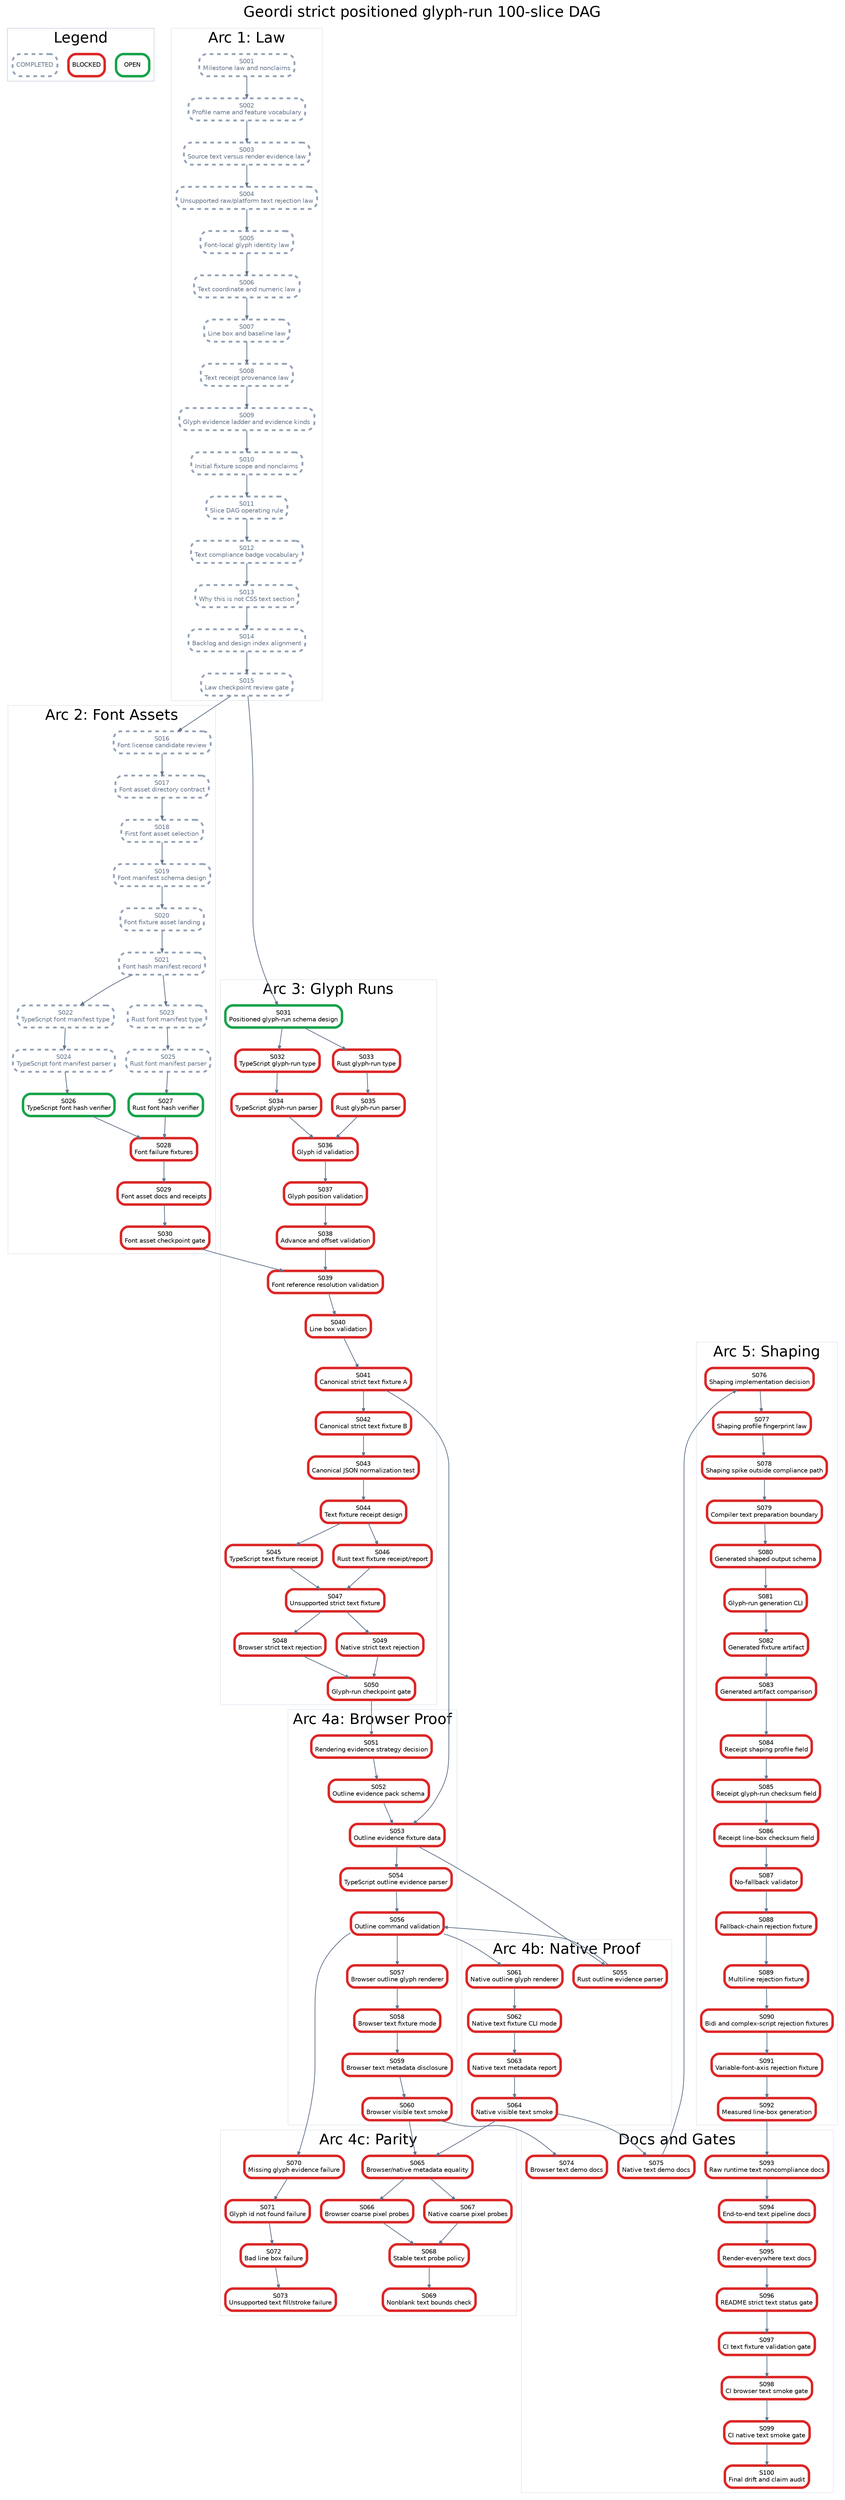
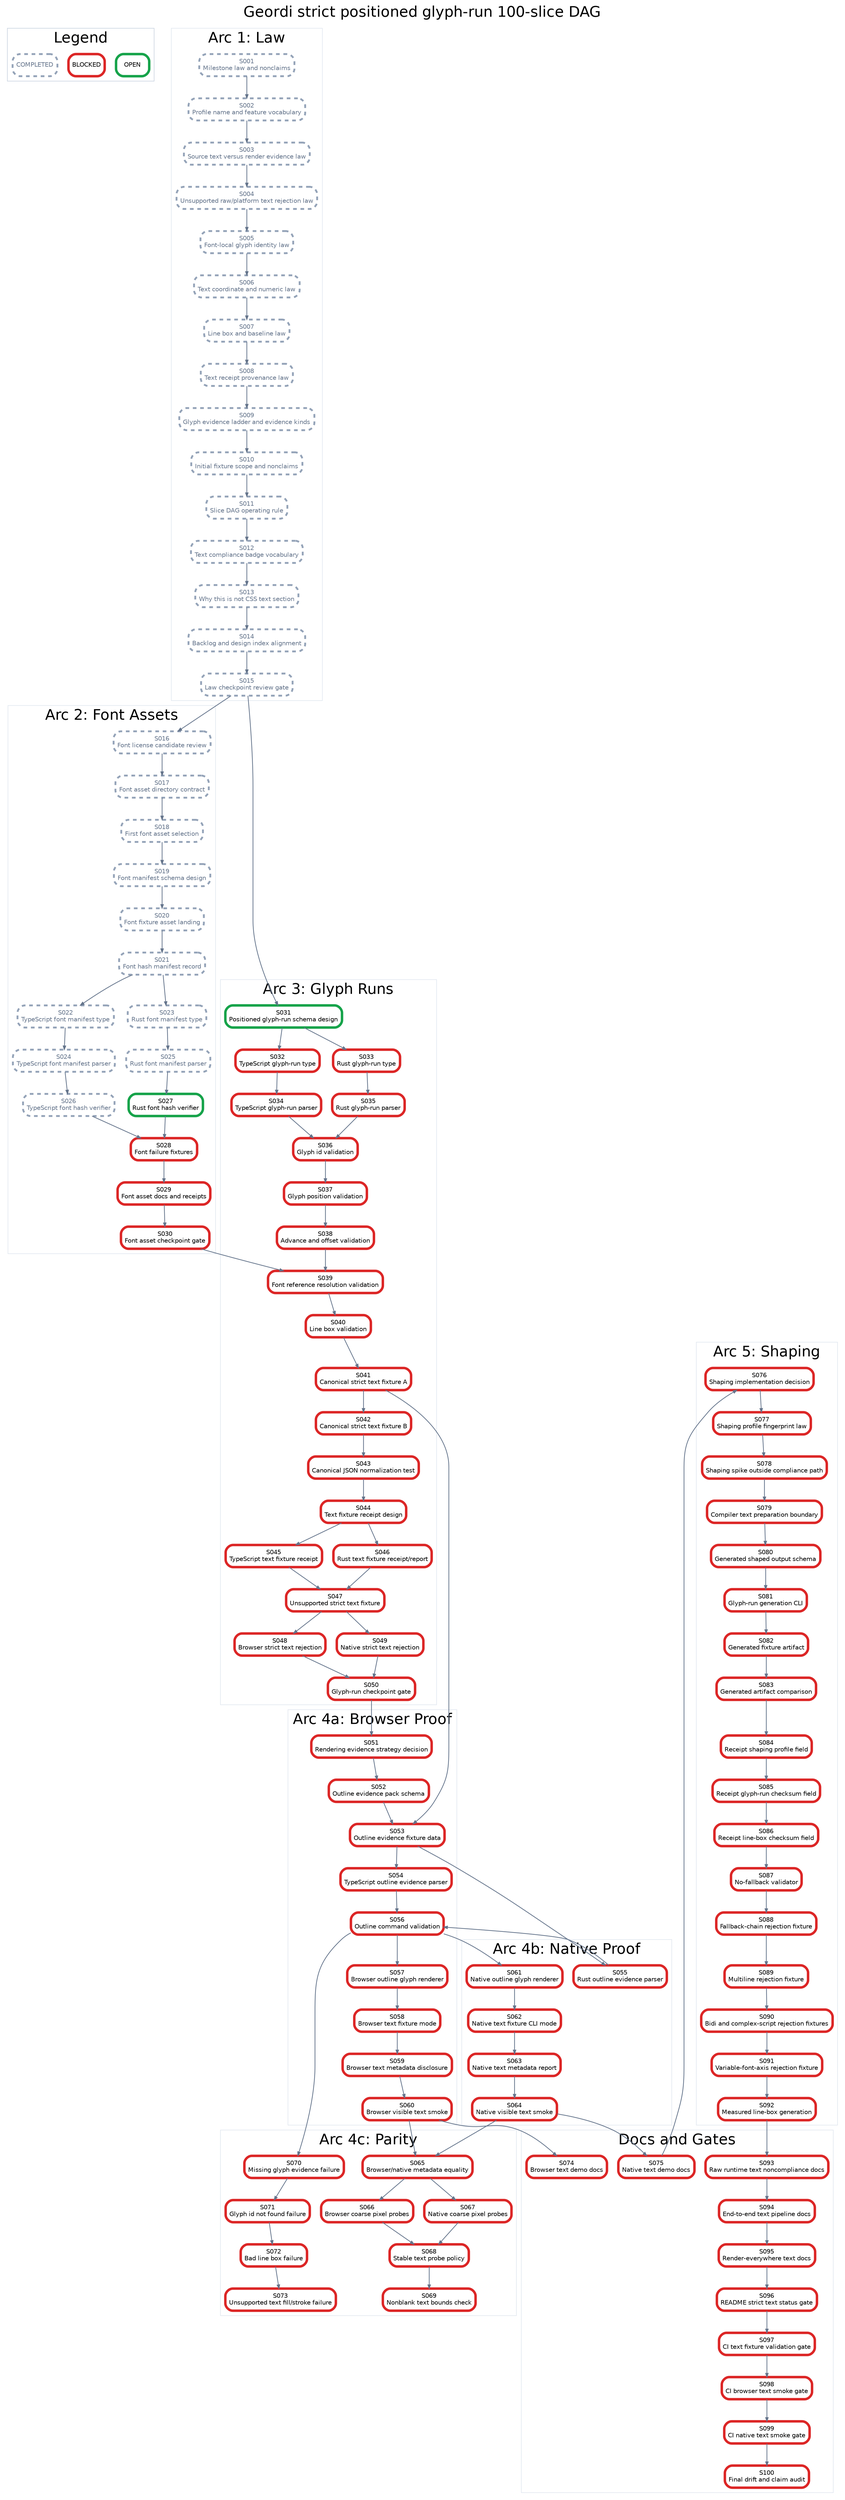
digraph StrictPositionedGlyphRunPlan {
  graph [rankdir=TB, bgcolor="white", fontname="Helvetica", label="Geordi strict positioned glyph-run 100-slice DAG", labelloc="t", fontsize=24];
  node [shape=box, style="rounded,filled", fillcolor="white", fontname="Helvetica", fontsize=10, margin="0.08,0.05"];
  edge [color="#64748b", arrowsize=0.6, penwidth=1.2];

  subgraph cluster_legend {
    label="Legend";
    color="#cbd5e1";
    legend_open [label="OPEN", color="#16a34a", penwidth=4];
    legend_blocked [label="BLOCKED", color="#dc2626", penwidth=4];
    legend_done [label="COMPLETED", color="#94a3b8", penwidth=3, style="rounded,filled,dashed", fontcolor="#64748b"];
  }

  subgraph cluster_law {
    label="Arc 1: Law";
    color="#e2e8f0";
    S001 [label="S001\nMilestone law and nonclaims", color="#94a3b8", penwidth=3, style="rounded,filled,dashed", fontcolor="#64748b"];
    S002 [label="S002\nProfile name and feature vocabulary", color="#94a3b8", penwidth=3, style="rounded,filled,dashed", fontcolor="#64748b"];
    S003 [label="S003\nSource text versus render evidence law", color="#94a3b8", penwidth=3, style="rounded,filled,dashed", fontcolor="#64748b"];
    S004 [label="S004\nUnsupported raw/platform text rejection law", color="#94a3b8", penwidth=3, style="rounded,filled,dashed", fontcolor="#64748b"];
    S005 [label="S005\nFont-local glyph identity law", color="#94a3b8", penwidth=3, style="rounded,filled,dashed", fontcolor="#64748b"];
    S006 [label="S006\nText coordinate and numeric law", color="#94a3b8", penwidth=3, style="rounded,filled,dashed", fontcolor="#64748b"];
    S007 [label="S007\nLine box and baseline law", color="#94a3b8", penwidth=3, style="rounded,filled,dashed", fontcolor="#64748b"];
    S008 [label="S008\nText receipt provenance law", color="#94a3b8", penwidth=3, style="rounded,filled,dashed", fontcolor="#64748b"];
    S009 [label="S009\nGlyph evidence ladder and evidence kinds", color="#94a3b8", penwidth=3, style="rounded,filled,dashed", fontcolor="#64748b"];
    S010 [label="S010\nInitial fixture scope and nonclaims", color="#94a3b8", penwidth=3, style="rounded,filled,dashed", fontcolor="#64748b"];
    S011 [label="S011\nSlice DAG operating rule", color="#94a3b8", penwidth=3, style="rounded,filled,dashed", fontcolor="#64748b"];
    S012 [label="S012\nText compliance badge vocabulary", color="#94a3b8", penwidth=3, style="rounded,filled,dashed", fontcolor="#64748b"];
    S013 [label="S013\nWhy this is not CSS text section", color="#94a3b8", penwidth=3, style="rounded,filled,dashed", fontcolor="#64748b"];
    S014 [label="S014\nBacklog and design index alignment", color="#94a3b8", penwidth=3, style="rounded,filled,dashed", fontcolor="#64748b"];
    S015 [label="S015\nLaw checkpoint review gate", color="#94a3b8", penwidth=3, style="rounded,filled,dashed", fontcolor="#64748b"];
  }

  subgraph cluster_assets {
    label="Arc 2: Font Assets";
    color="#e2e8f0";
    S016 [label="S016\nFont license candidate review", color="#94a3b8", penwidth=3, style="rounded,filled,dashed", fontcolor="#64748b"];
    S017 [label="S017\nFont asset directory contract", color="#94a3b8", penwidth=3, style="rounded,filled,dashed", fontcolor="#64748b"];
    S018 [label="S018\nFirst font asset selection", color="#94a3b8", penwidth=3, style="rounded,filled,dashed", fontcolor="#64748b"];
    S019 [label="S019\nFont manifest schema design", color="#94a3b8", penwidth=3, style="rounded,filled,dashed", fontcolor="#64748b"];
    S020 [label="S020\nFont fixture asset landing", color="#94a3b8", penwidth=3, style="rounded,filled,dashed", fontcolor="#64748b"];
    S021 [label="S021\nFont hash manifest record", color="#94a3b8", penwidth=3, style="rounded,filled,dashed", fontcolor="#64748b"];
    S022 [label="S022\nTypeScript font manifest type", color="#94a3b8", penwidth=3, style="rounded,filled,dashed", fontcolor="#64748b"];
    S023 [label="S023\nRust font manifest type", color="#94a3b8", penwidth=3, style="rounded,filled,dashed", fontcolor="#64748b"];
    S024 [label="S024\nTypeScript font manifest parser", color="#94a3b8", penwidth=3, style="rounded,filled,dashed", fontcolor="#64748b"];
    S025 [label="S025\nRust font manifest parser", color="#94a3b8", penwidth=3, style="rounded,filled,dashed", fontcolor="#64748b"];
-     S026 [label="S026\nTypeScript font hash verifier", color="#16a34a", penwidth=4];
+     S026 [label="S026\nTypeScript font hash verifier", color="#94a3b8", penwidth=3, style="rounded,filled,dashed", fontcolor="#64748b"];
    S027 [label="S027\nRust font hash verifier", color="#16a34a", penwidth=4];
    S028 [label="S028\nFont failure fixtures", color="#dc2626", penwidth=4];
    S029 [label="S029\nFont asset docs and receipts", color="#dc2626", penwidth=4];
    S030 [label="S030\nFont asset checkpoint gate", color="#dc2626", penwidth=4];
  }

  subgraph cluster_glyph {
    label="Arc 3: Glyph Runs";
    color="#e2e8f0";
    S031 [label="S031\nPositioned glyph-run schema design", color="#16a34a", penwidth=4];
    S032 [label="S032\nTypeScript glyph-run type", color="#dc2626", penwidth=4];
    S033 [label="S033\nRust glyph-run type", color="#dc2626", penwidth=4];
    S034 [label="S034\nTypeScript glyph-run parser", color="#dc2626", penwidth=4];
    S035 [label="S035\nRust glyph-run parser", color="#dc2626", penwidth=4];
    S036 [label="S036\nGlyph id validation", color="#dc2626", penwidth=4];
    S037 [label="S037\nGlyph position validation", color="#dc2626", penwidth=4];
    S038 [label="S038\nAdvance and offset validation", color="#dc2626", penwidth=4];
    S039 [label="S039\nFont reference resolution validation", color="#dc2626", penwidth=4];
    S040 [label="S040\nLine box validation", color="#dc2626", penwidth=4];
    S041 [label="S041\nCanonical strict text fixture A", color="#dc2626", penwidth=4];
    S042 [label="S042\nCanonical strict text fixture B", color="#dc2626", penwidth=4];
    S043 [label="S043\nCanonical JSON normalization test", color="#dc2626", penwidth=4];
    S044 [label="S044\nText fixture receipt design", color="#dc2626", penwidth=4];
    S045 [label="S045\nTypeScript text fixture receipt", color="#dc2626", penwidth=4];
    S046 [label="S046\nRust text fixture receipt/report", color="#dc2626", penwidth=4];
    S047 [label="S047\nUnsupported strict text fixture", color="#dc2626", penwidth=4];
    S048 [label="S048\nBrowser strict text rejection", color="#dc2626", penwidth=4];
    S049 [label="S049\nNative strict text rejection", color="#dc2626", penwidth=4];
    S050 [label="S050\nGlyph-run checkpoint gate", color="#dc2626", penwidth=4];
  }

  subgraph cluster_browser {
    label="Arc 4a: Browser Proof";
    color="#e2e8f0";
    S051 [label="S051\nRendering evidence strategy decision", color="#dc2626", penwidth=4];
    S052 [label="S052\nOutline evidence pack schema", color="#dc2626", penwidth=4];
    S053 [label="S053\nOutline evidence fixture data", color="#dc2626", penwidth=4];
    S054 [label="S054\nTypeScript outline evidence parser", color="#dc2626", penwidth=4];
    S056 [label="S056\nOutline command validation", color="#dc2626", penwidth=4];
    S057 [label="S057\nBrowser outline glyph renderer", color="#dc2626", penwidth=4];
    S058 [label="S058\nBrowser text fixture mode", color="#dc2626", penwidth=4];
    S059 [label="S059\nBrowser text metadata disclosure", color="#dc2626", penwidth=4];
    S060 [label="S060\nBrowser visible text smoke", color="#dc2626", penwidth=4];
  }

  subgraph cluster_native {
    label="Arc 4b: Native Proof";
    color="#e2e8f0";
    S055 [label="S055\nRust outline evidence parser", color="#dc2626", penwidth=4];
    S061 [label="S061\nNative outline glyph renderer", color="#dc2626", penwidth=4];
    S062 [label="S062\nNative text fixture CLI mode", color="#dc2626", penwidth=4];
    S063 [label="S063\nNative text metadata report", color="#dc2626", penwidth=4];
    S064 [label="S064\nNative visible text smoke", color="#dc2626", penwidth=4];
  }

  subgraph cluster_parity {
    label="Arc 4c: Parity";
    color="#e2e8f0";
    S065 [label="S065\nBrowser/native metadata equality", color="#dc2626", penwidth=4];
    S066 [label="S066\nBrowser coarse pixel probes", color="#dc2626", penwidth=4];
    S067 [label="S067\nNative coarse pixel probes", color="#dc2626", penwidth=4];
    S068 [label="S068\nStable text probe policy", color="#dc2626", penwidth=4];
    S069 [label="S069\nNonblank text bounds check", color="#dc2626", penwidth=4];
    S070 [label="S070\nMissing glyph evidence failure", color="#dc2626", penwidth=4];
    S071 [label="S071\nGlyph id not found failure", color="#dc2626", penwidth=4];
    S072 [label="S072\nBad line box failure", color="#dc2626", penwidth=4];
    S073 [label="S073\nUnsupported text fill/stroke failure", color="#dc2626", penwidth=4];
  }

  subgraph cluster_shaping {
    label="Arc 5: Shaping";
    color="#e2e8f0";
    S076 [label="S076\nShaping implementation decision", color="#dc2626", penwidth=4];
    S077 [label="S077\nShaping profile fingerprint law", color="#dc2626", penwidth=4];
    S078 [label="S078\nShaping spike outside compliance path", color="#dc2626", penwidth=4];
    S079 [label="S079\nCompiler text preparation boundary", color="#dc2626", penwidth=4];
    S080 [label="S080\nGenerated shaped output schema", color="#dc2626", penwidth=4];
    S081 [label="S081\nGlyph-run generation CLI", color="#dc2626", penwidth=4];
    S082 [label="S082\nGenerated fixture artifact", color="#dc2626", penwidth=4];
    S083 [label="S083\nGenerated artifact comparison", color="#dc2626", penwidth=4];
    S084 [label="S084\nReceipt shaping profile field", color="#dc2626", penwidth=4];
    S085 [label="S085\nReceipt glyph-run checksum field", color="#dc2626", penwidth=4];
    S086 [label="S086\nReceipt line-box checksum field", color="#dc2626", penwidth=4];
    S087 [label="S087\nNo-fallback validator", color="#dc2626", penwidth=4];
    S088 [label="S088\nFallback-chain rejection fixture", color="#dc2626", penwidth=4];
    S089 [label="S089\nMultiline rejection fixture", color="#dc2626", penwidth=4];
    S090 [label="S090\nBidi and complex-script rejection fixtures", color="#dc2626", penwidth=4];
    S091 [label="S091\nVariable-font-axis rejection fixture", color="#dc2626", penwidth=4];
    S092 [label="S092\nMeasured line-box generation", color="#dc2626", penwidth=4];
  }

  subgraph cluster_docs {
    label="Docs and Gates";
    color="#e2e8f0";
    S074 [label="S074\nBrowser text demo docs", color="#dc2626", penwidth=4];
    S075 [label="S075\nNative text demo docs", color="#dc2626", penwidth=4];
    S093 [label="S093\nRaw runtime text noncompliance docs", color="#dc2626", penwidth=4];
    S094 [label="S094\nEnd-to-end text pipeline docs", color="#dc2626", penwidth=4];
    S095 [label="S095\nRender-everywhere text docs", color="#dc2626", penwidth=4];
    S096 [label="S096\nREADME strict text status gate", color="#dc2626", penwidth=4];
    S097 [label="S097\nCI text fixture validation gate", color="#dc2626", penwidth=4];
    S098 [label="S098\nCI browser text smoke gate", color="#dc2626", penwidth=4];
    S099 [label="S099\nCI native text smoke gate", color="#dc2626", penwidth=4];
    S100 [label="S100\nFinal drift and claim audit", color="#dc2626", penwidth=4];
  }

  S001 -> S002;
  S002 -> S003;
  S003 -> S004;
  S004 -> S005;
  S005 -> S006;
  S006 -> S007;
  S007 -> S008;
  S008 -> S009;
  S009 -> S010;
  S010 -> S011;
  S011 -> S012;
  S012 -> S013;
  S013 -> S014;
  S014 -> S015;
  S015 -> S016;
  S016 -> S017;
  S017 -> S018;
  S018 -> S019;
  S019 -> S020;
  S020 -> S021;
  S021 -> S022;
  S021 -> S023;
  S022 -> S024;
  S023 -> S025;
  S024 -> S026;
  S025 -> S027;
  S026 -> S028;
  S027 -> S028;
  S028 -> S029;
  S029 -> S030;
  S015 -> S031;
  S031 -> S032;
  S031 -> S033;
  S032 -> S034;
  S033 -> S035;
  S034 -> S036;
  S035 -> S036;
  S036 -> S037;
  S037 -> S038;
  S038 -> S039;
  S039 -> S040;
  S030 -> S039;
  S040 -> S041;
  S041 -> S042;
  S042 -> S043;
  S043 -> S044;
  S044 -> S045;
  S044 -> S046;
  S045 -> S047;
  S046 -> S047;
  S047 -> S048;
  S047 -> S049;
  S048 -> S050;
  S049 -> S050;
  S050 -> S051;
  S051 -> S052;
  S052 -> S053;
  S041 -> S053;
  S053 -> S054;
  S053 -> S055;
  S054 -> S056;
  S055 -> S056;
  S056 -> S057;
  S057 -> S058;
  S058 -> S059;
  S059 -> S060;
  S056 -> S061;
  S061 -> S062;
  S062 -> S063;
  S063 -> S064;
  S060 -> S065;
  S064 -> S065;
  S065 -> S066;
  S065 -> S067;
  S066 -> S068;
  S067 -> S068;
  S068 -> S069;
  S056 -> S070;
  S070 -> S071;
  S071 -> S072;
  S072 -> S073;
  S060 -> S074;
  S064 -> S075;
  S075 -> S076;
  S076 -> S077;
  S077 -> S078;
  S078 -> S079;
  S079 -> S080;
  S080 -> S081;
  S081 -> S082;
  S082 -> S083;
  S083 -> S084;
  S084 -> S085;
  S085 -> S086;
  S086 -> S087;
  S087 -> S088;
  S088 -> S089;
  S089 -> S090;
  S090 -> S091;
  S091 -> S092;
  S092 -> S093;
  S093 -> S094;
  S094 -> S095;
  S095 -> S096;
  S096 -> S097;
  S097 -> S098;
  S098 -> S099;
  S099 -> S100;
}
